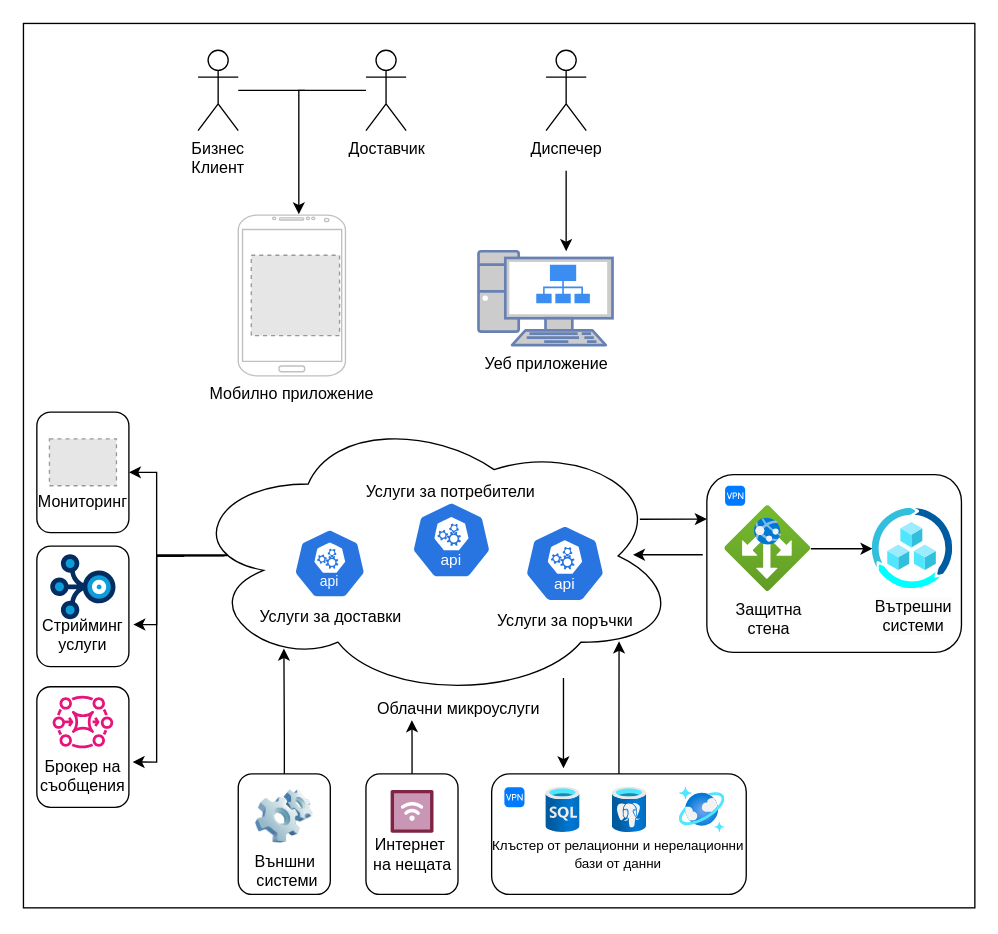
This is Chapter2/conceptDiagram2.drawio from profjordanov/phd, a draw.io file, before an edit. Source tidied: cells renumbered, new cells numbered last; positions are measured from the earlier drawing's top-left corner, leaving out a move shared by most shapes. Both pictures are drawn from the tidied source at 134%, with x=0, y=0 at pixel (23, 23). Pictures stored in the file or linked from it are replaced by grey dashed boxes.
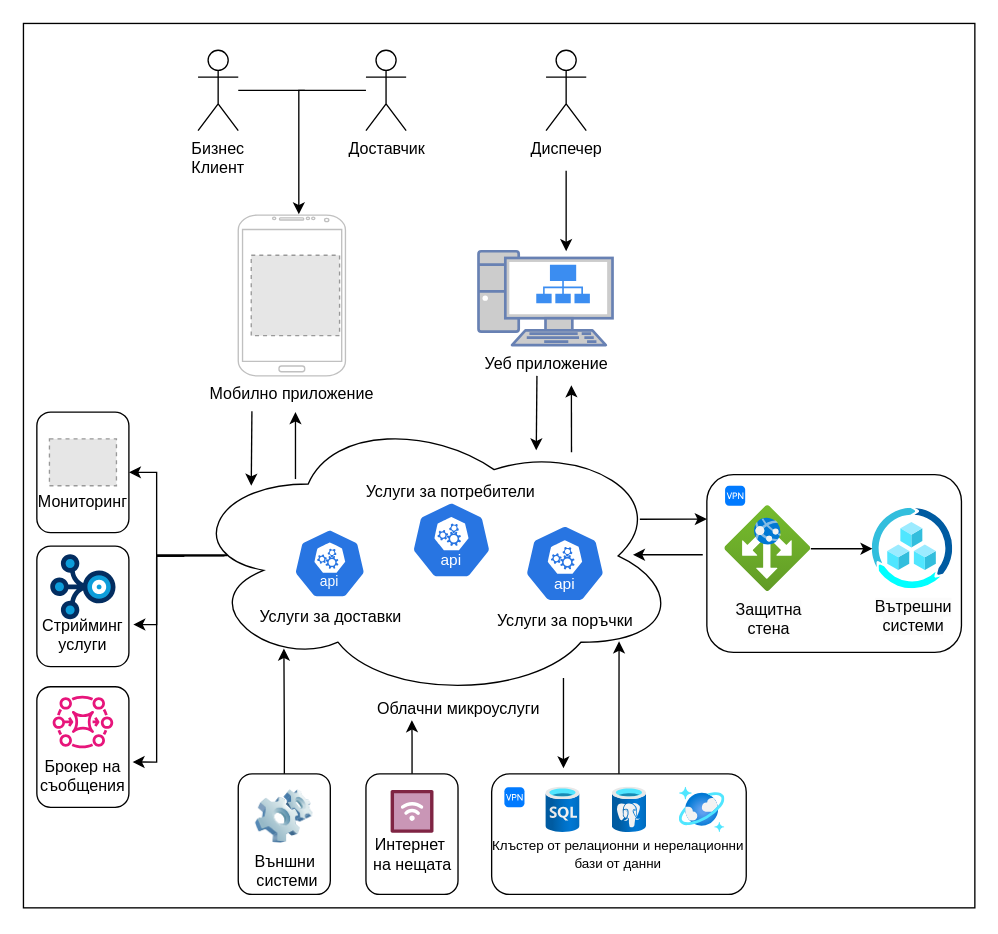
The same page after the edit.

Diff of the diagram source:
```diff
@@
+    <mxCell id="49" style="endArrow=classic;html=1;rounded=0;" parent="1" edge="1">
+      <mxGeometry relative="1" as="geometry">
+        <mxPoint x="409" y="320" as="sourcePoint" />
+        <mxPoint x="408.9" y="270" as="targetPoint" />
+      </mxGeometry>
+    </mxCell>
+    <mxCell id="50" style="endArrow=classic;html=1;rounded=0;" parent="1" edge="1">
+      <mxGeometry relative="1" as="geometry">
+        <mxPoint x="203" y="340" as="sourcePoint" />
+        <mxPoint x="203" y="290" as="targetPoint" />
+      </mxGeometry>
+    </mxCell>
+    <mxCell id="51" style="endArrow=classic;html=1;rounded=0;entryX=0.15;entryY=0.259;entryDx=0;entryDy=0;entryPerimeter=0;" parent="1" edge="1">
+      <mxGeometry relative="1" as="geometry">
+        <mxPoint x="170.5" y="289.4" as="sourcePoint" />
+        <mxPoint x="170" y="345" as="targetPoint" />
+      </mxGeometry>
+    </mxCell>
+    <mxCell id="52" style="endArrow=classic;html=1;rounded=0;entryX=0.15;entryY=0.259;entryDx=0;entryDy=0;entryPerimeter=0;" parent="1" edge="1">
+      <mxGeometry relative="1" as="geometry">
+        <mxPoint x="383.2" y="263" as="sourcePoint" />
+        <mxPoint x="382.7" y="318.6" as="targetPoint" />
+      </mxGeometry>
+    </mxCell>
```
